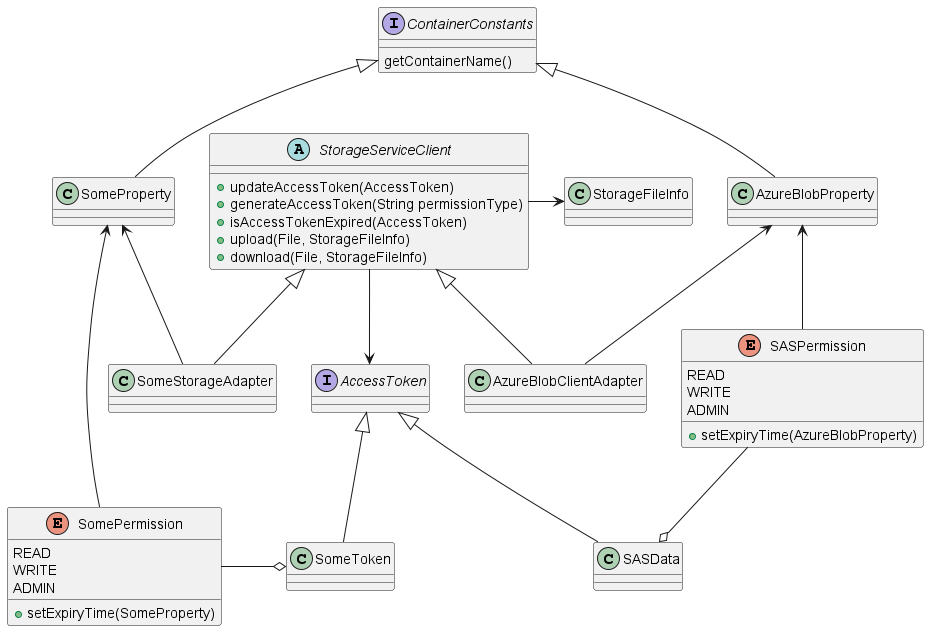
Earlier version of the PlantUML export docs/images/UML/storage_system_design.png (microsoft/HydraLab).
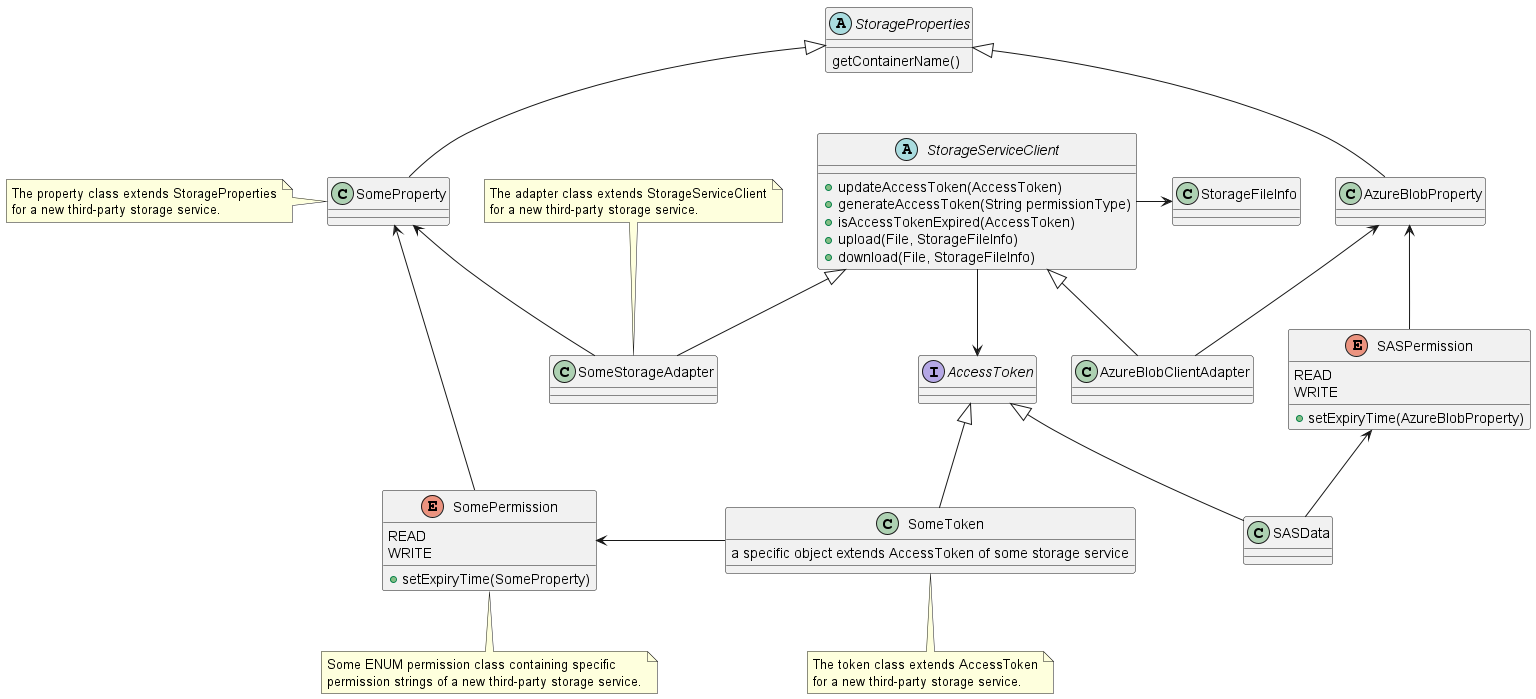
Later version of the same file.

Commit message:
Update storage system related artifacts

What changed in the source:
```diff
@@ -1,7 +1,7 @@
 @startuml
 
 interface AccessToken
-interface ContainerConstants {
+abstract class StorageProperties {
 getContainerName()
 }
 abstract class StorageServiceClient {
@@ -19,35 +19,55 @@
 enum SASPermission {
 READ
 WRITE
-ADMIN
 +setExpiryTime(AzureBlobProperty)
 }
 
 class SomeStorageAdapter
 class SomeProperty
-class SomeToken
+class SomeToken {
+a specific object extends AccessToken of some storage service
+}
 enum SomePermission {
 READ
 WRITE
-ADMIN
 +setExpiryTime(SomeProperty)
 }
+
+note top of SomeStorageAdapter
+  The adapter class extends StorageServiceClient
+  for a new third-party storage service.
+end note
+
+note left of SomeProperty
+  The property class extends StorageProperties
+  for a new third-party storage service.
+end note
+
+note bottom of SomeToken
+  The token class extends AccessToken
+  for a new third-party storage service.
+end note
+
+note bottom of SomePermission
+  Some ENUM permission class containing specific
+  permission strings of a new third-party storage service.
+end note
 
 StorageServiceClient --> AccessToken
 StorageServiceClient -> StorageFileInfo
 
 StorageServiceClient <|-- AzureBlobClientAdapter
 AccessToken <|-- SASData
-SASPermission --o SASData
+SASPermission <-- SASData
 AzureBlobProperty <-- SASPermission
 AzureBlobProperty <-- AzureBlobClientAdapter
-ContainerConstants <|-- AzureBlobProperty
+StorageProperties <|-- AzureBlobProperty
 
 StorageServiceClient <|-- SomeStorageAdapter
 AccessToken <|-- SomeToken
-SomePermission -o SomeToken
+SomePermission <- SomeToken
 SomeProperty <-- SomePermission
 SomeProperty <-- SomeStorageAdapter
-ContainerConstants <|-- SomeProperty
+StorageProperties <|-- SomeProperty
 
 @enduml
```
